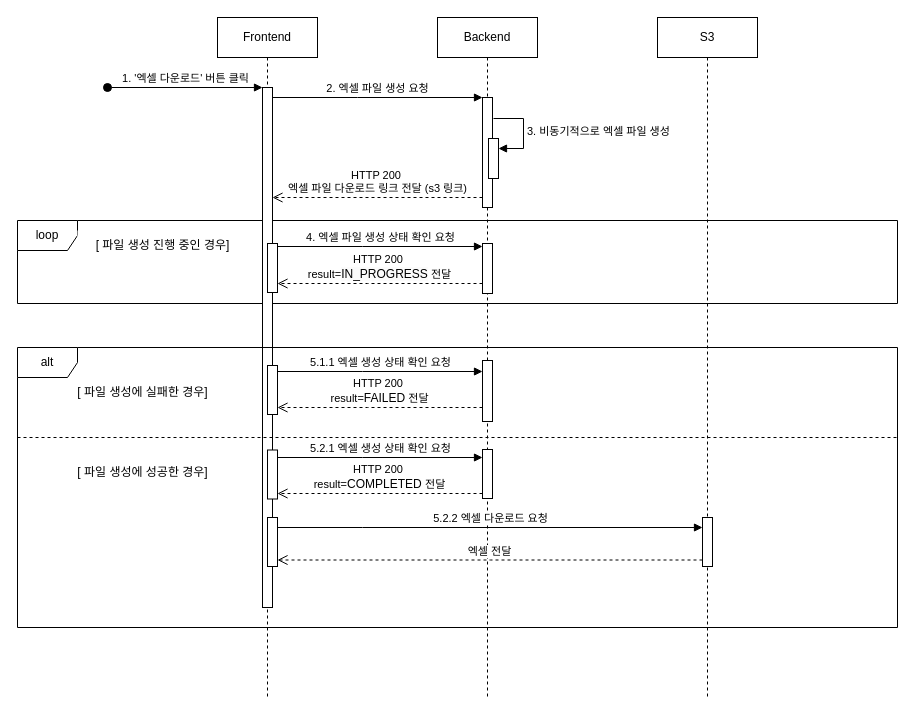
Before: 제목 없는 다이어그램.drawio in chea-young/UML, a draw.io diagram. Source tidied: cells renumbered, new cells numbered last; positions are measured from the earlier drawing's top-left corner, leaving out a move shared by most shapes. Both pictures are drawn from the tidied source at 100%, with x=0, y=0 at pixel (17, 17).
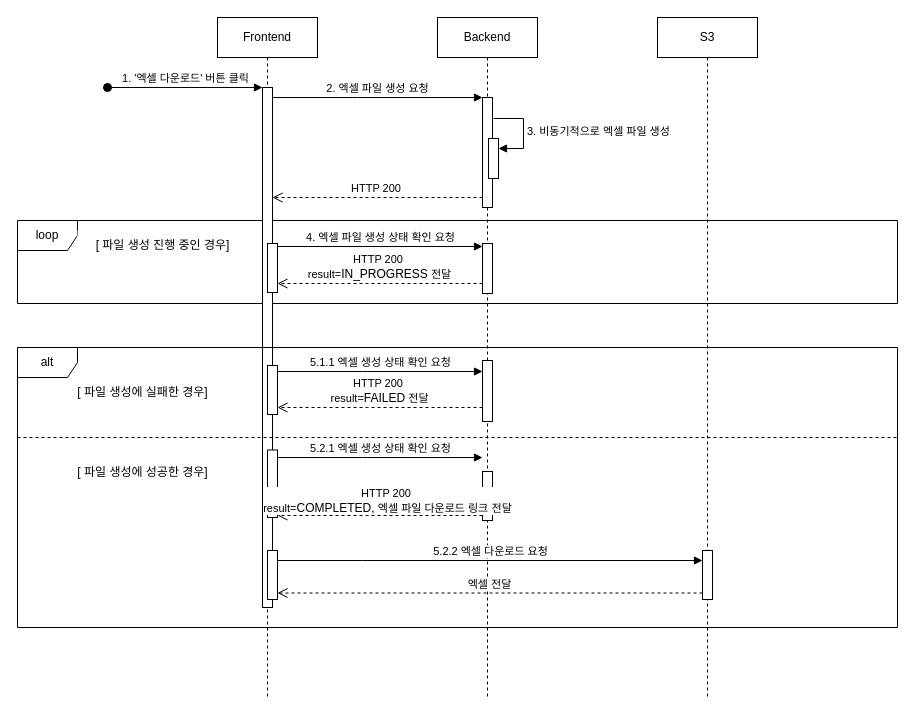
After the change.

Commit message:
제목 없는 다이어그램.drawio 업데이트

Unchanged cells that the change refers to:
```xml
<mxCell id="7" value="Backend" style="shape=umlLifeline;perimeter=lifelinePerimeter;whiteSpace=wrap;html=1;newEdgeStyle={&quot;edgeStyle&quot;:&quot;elbowEdgeStyle&quot;,&quot;elbow&quot;:&quot;vertical&quot;,&quot;curved&quot;:0,&quot;rounded&quot;:0};" parent="1" vertex="1">
  <mxGeometry x="420" width="100" height="680" as="geometry" />
</mxCell>
```

What changed in the source:
```diff
@@
     <mxCell id="12" style="html=1;perimeter=orthogonalPerimeter;targetShapes=umlLifeline;newEdgeStyle={&quot;curved&quot;:0,&quot;rounded&quot;:0};" parent="7" vertex="1">
-      <mxGeometry x="45" y="432" width="10" height="49" as="geometry" />
+      <mxGeometry x="45" y="454" width="10" height="49" as="geometry" />
     </mxCell>
@@
-    <mxCell id="14" value="HTTP 200&amp;nbsp;&lt;div&gt;엑셀 파일 다운로드 링크 전달 (s3 링크)&lt;/div&gt;" style="html=1;verticalAlign=bottom;endArrow=open;dashed=1;endSize=8;edgeStyle=elbowEdgeStyle;elbow=horizontal;curved=0;rounded=0;" parent="1" edge="1">
+    <mxCell id="14" value="HTTP 200&amp;nbsp;" style="html=1;verticalAlign=bottom;endArrow=open;dashed=1;endSize=8;edgeStyle=elbowEdgeStyle;elbow=horizontal;curved=0;rounded=0;" parent="1" edge="1">
       <mxGeometry relative="1" as="geometry">
         <mxPoint x="465" y="180" as="sourcePoint" />
         <mxPoint x="255" y="180" as="targetPoint" />
         <Array as="points">
           <mxPoint x="345" y="180" />
         </Array>
       </mxGeometry>
     </mxCell>
@@
-    <mxCell id="28" value="HTTP 200&amp;nbsp;&lt;div&gt;result=&lt;span style=&quot;font-size: 12px;&quot;&gt;COMPLETED&amp;nbsp;&lt;/span&gt;전달&lt;/div&gt;" style="html=1;verticalAlign=bottom;endArrow=open;dashed=1;endSize=8;edgeStyle=elbowEdgeStyle;elbow=horizontal;curved=0;rounded=0;" parent="1" edge="1">
-      <mxGeometry relative="1" as="geometry">
-        <mxPoint x="465" y="476" as="sourcePoint" />
-        <mxPoint x="260" y="476" as="targetPoint" />
-        <Array as="points">
-          <mxPoint x="350" y="476" />
-        </Array>
-      </mxGeometry>
-    </mxCell>
     <mxCell id="29" style="html=1;perimeter=orthogonalPerimeter;targetShapes=umlLifeline;newEdgeStyle={&quot;curved&quot;:0,&quot;rounded&quot;:0};" parent="1" vertex="1">
-      <mxGeometry x="250" y="432.5" width="10" height="49" as="geometry" />
+      <mxGeometry x="250" y="432.5" width="10" height="67.5" as="geometry" />
     </mxCell>
     <mxCell id="30" style="html=1;points=[[0,0,0,0,5],[0,1,0,0,-5],[1,0,0,0,5],[1,1,0,0,-5]];perimeter=orthogonalPerimeter;outlineConnect=0;targetShapes=umlLifeline;portConstraint=eastwest;newEdgeStyle={&quot;curved&quot;:0,&quot;rounded&quot;:0};" parent="1" vertex="1">
-      <mxGeometry x="250" y="500" width="10" height="49" as="geometry" />
+      <mxGeometry x="250" y="533" width="10" height="49" as="geometry" />
     </mxCell>
     <mxCell id="31" value="5.2.2 엑셀 다운로드 요청" style="html=1;verticalAlign=bottom;endArrow=block;edgeStyle=elbowEdgeStyle;elbow=vertical;curved=0;rounded=0;" parent="1" edge="1" source="30" target="32">
       <mxGeometry relative="1" as="geometry">
         <Array as="points">
-          <mxPoint x="345" y="510" />
+          <mxPoint x="345" y="543" />
         </Array>
       </mxGeometry>
     </mxCell>
     <mxCell id="32" style="html=1;points=[[0,0,0,0,5],[0,1,0,0,-5],[1,0,0,0,5],[1,1,0,0,-5]];perimeter=orthogonalPerimeter;outlineConnect=0;targetShapes=umlLifeline;portConstraint=eastwest;newEdgeStyle={&quot;curved&quot;:0,&quot;rounded&quot;:0};" parent="1" vertex="1">
-      <mxGeometry x="685" y="500" width="10" height="49" as="geometry" />
+      <mxGeometry x="685" y="533" width="10" height="49" as="geometry" />
     </mxCell>
     <mxCell id="33" value="엑셀 전달" style="html=1;verticalAlign=bottom;endArrow=open;dashed=1;endSize=8;edgeStyle=elbowEdgeStyle;elbow=horizontal;curved=0;rounded=0;" parent="1" edge="1">
       <mxGeometry relative="1" as="geometry">
-        <mxPoint x="685" y="542.5" as="sourcePoint" />
-        <mxPoint x="260" y="542.5" as="targetPoint" />
+        <mxPoint x="685" y="575.5" as="sourcePoint" />
+        <mxPoint x="260" y="575.5" as="targetPoint" />
       </mxGeometry>
     </mxCell>
+    <mxCell id="28" value="HTTP 200&amp;nbsp;&lt;div&gt;result=&lt;span style=&quot;font-size: 12px;&quot;&gt;COMPLETED,&amp;nbsp;&lt;/span&gt;엑셀 파일 다운로드 링크&lt;span style=&quot;font-size: 12px;&quot;&gt;&amp;nbsp;&lt;/span&gt;전달&lt;/div&gt;" style="html=1;verticalAlign=bottom;endArrow=open;dashed=1;endSize=8;edgeStyle=elbowEdgeStyle;elbow=horizontal;curved=0;rounded=0;" parent="1" edge="1">
+      <mxGeometry x="-0.07" y="2" relative="1" as="geometry">
+        <mxPoint x="465" y="498" as="sourcePoint" />
+        <mxPoint x="260" y="498" as="targetPoint" />
+        <Array as="points">
+          <mxPoint x="350" y="498" />
+        </Array>
+      </mxGeometry>
+    </mxCell>
```
